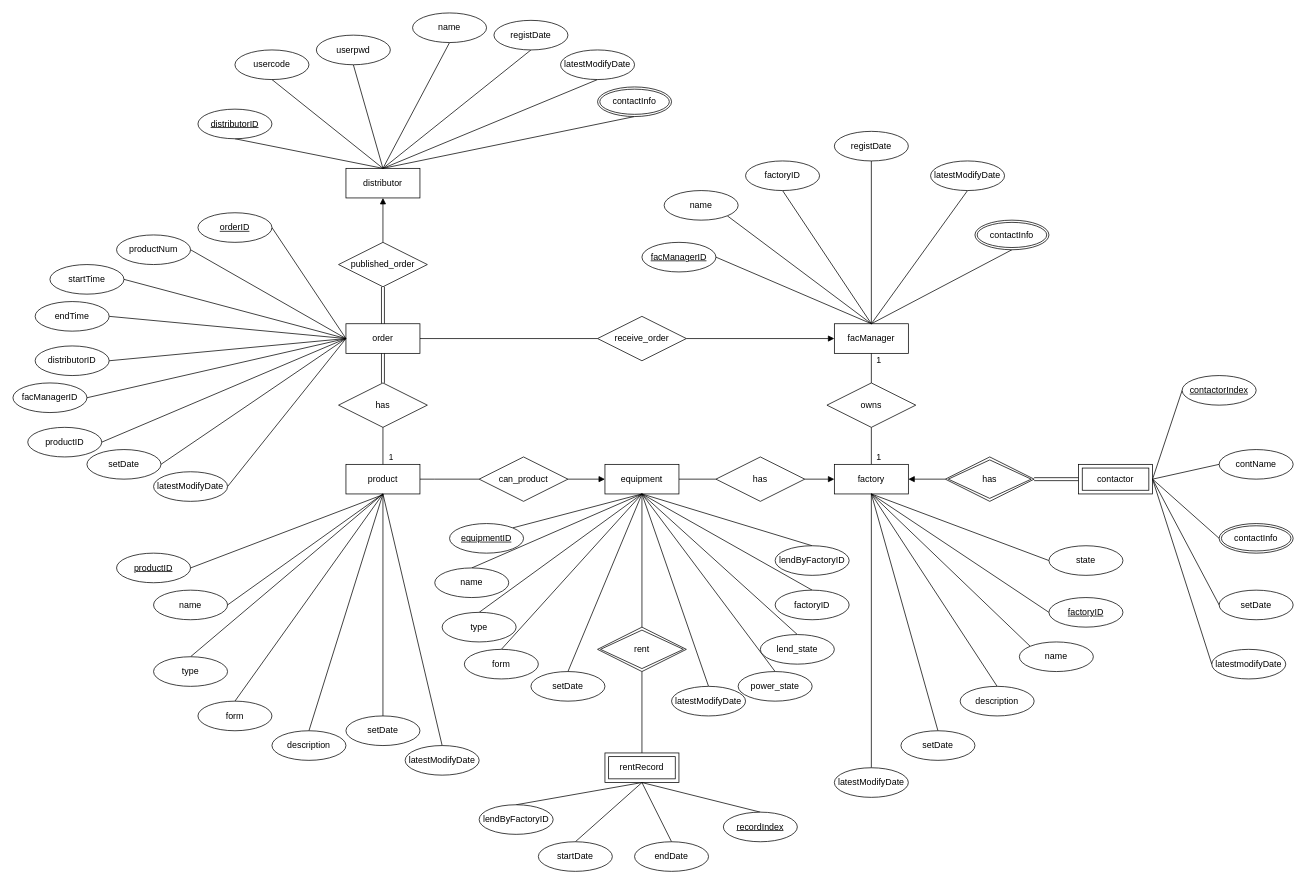
The draw.io diagram Untitled Diagram.drawio in WZYtrick/ERD, before the edit. Source tidied: cells renumbered, new cells numbered last; positions are measured from the earlier drawing's top-left corner, leaving out a move shared by most shapes. Both pictures are drawn from the tidied source at 74%, with x=0, y=0 at pixel (13, 13).
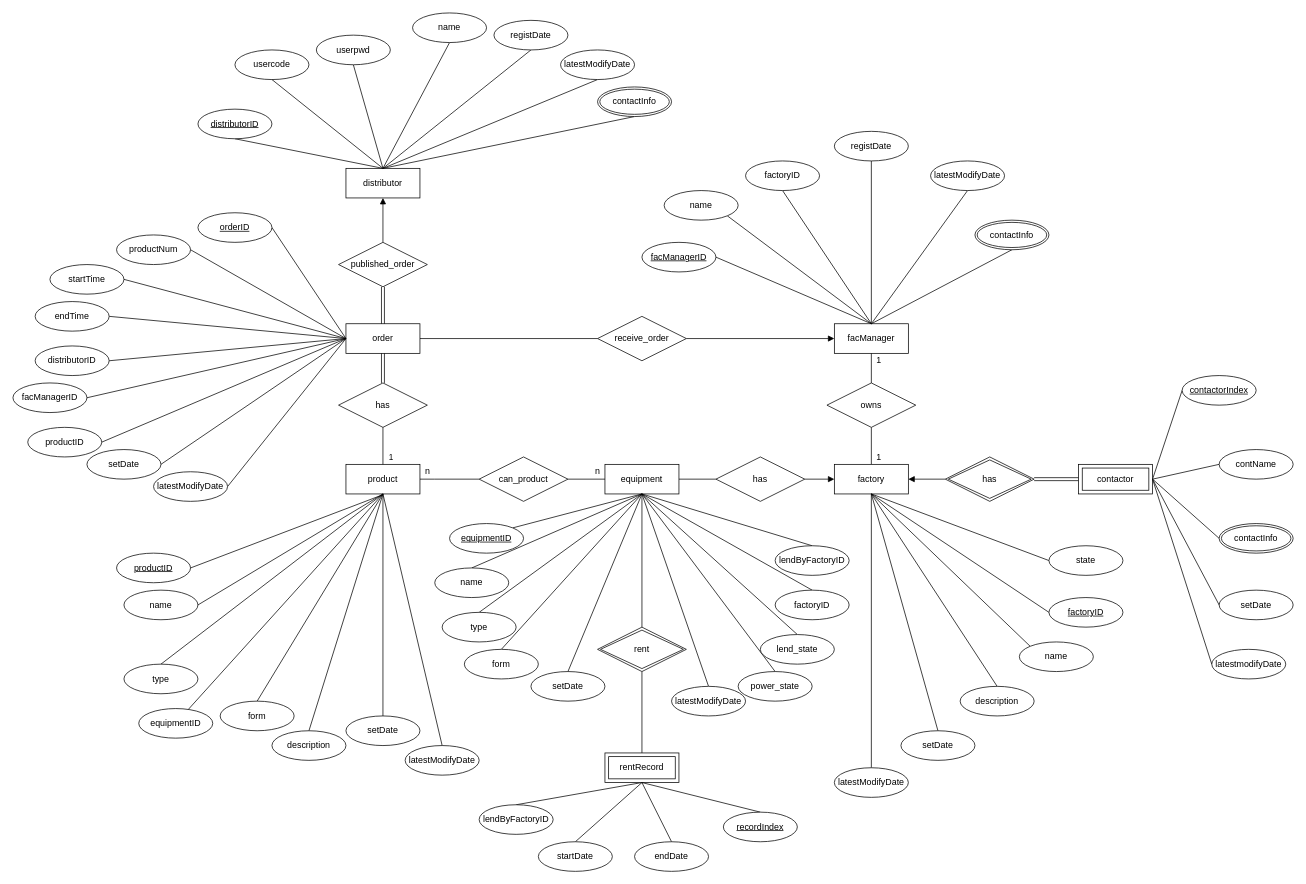
The same diagram, later.

Unchanged cells that the change refers to:
```xml
<mxCell id="11" value="can_product" style="shape=rhombus;perimeter=rhombusPerimeter;whiteSpace=wrap;html=1;align=center;" parent="1" vertex="1">
  <mxGeometry x="630" y="600" width="120" height="60" as="geometry" />
</mxCell>
<mxCell id="14" value="equipment" style="whiteSpace=wrap;html=1;align=center;" parent="1" vertex="1">
  <mxGeometry x="800" y="610" width="100" height="40" as="geometry" />
</mxCell>
```

The edit, as a diff of the source:
```diff
@@
-    <mxCell id="32" style="endArrow=block;html=1;strokeColor=#000000;entryX=0;entryY=0.5;entryDx=0;entryDy=0;exitX=1;exitY=0.5;exitDx=0;exitDy=0;startArrow=none;startFill=0;endFill=1;" parent="1" edge="1" source="11" target="14">
+    <mxCell id="32" style="endArrow=none;html=1;strokeColor=#000000;entryX=0;entryY=0.5;entryDx=0;entryDy=0;exitX=1;exitY=0.5;exitDx=0;exitDy=0;startArrow=none;startFill=0;endFill=0;" parent="1" edge="1" source="11" target="14">
       <mxGeometry relative="1" as="geometry" />
     </mxCell>
@@
     <mxCell id="70" value="name" style="ellipse;whiteSpace=wrap;html=1;align=center;" parent="1" vertex="1">
-      <mxGeometry x="190" y="780" width="100" height="40" as="geometry" />
+      <mxGeometry x="150" y="780" width="100" height="40" as="geometry" />
     </mxCell>
@@
     <mxCell id="72" value="type" style="ellipse;whiteSpace=wrap;html=1;align=center;" parent="1" vertex="1">
-      <mxGeometry x="190" y="870" width="100" height="40" as="geometry" />
+      <mxGeometry x="150" y="880" width="100" height="40" as="geometry" />
     </mxCell>
@@
     <mxCell id="74" value="form" style="ellipse;whiteSpace=wrap;html=1;align=center;" parent="1" vertex="1">
-      <mxGeometry x="250" y="930" width="100" height="40" as="geometry" />
+      <mxGeometry x="280" y="930" width="100" height="40" as="geometry" />
     </mxCell>
@@
+    <mxCell id="145" value="n" style="text;html=1;align=center;verticalAlign=middle;strokeColor=none;" parent="1" vertex="1">
+      <mxGeometry x="780" y="610" width="20" height="20" as="geometry" />
+    </mxCell>
+    <mxCell id="146" value="n" style="text;html=1;align=center;verticalAlign=middle;strokeColor=none;" parent="1" vertex="1">
+      <mxGeometry x="550" y="610" width="20" height="20" as="geometry" />
+    </mxCell>
+    <mxCell id="147" style="rounded=0;jettySize=auto;html=1;endArrow=none;endFill=0;" parent="1" edge="1" source="148">
+      <mxGeometry relative="1" as="geometry">
+        <mxPoint x="500" y="650" as="targetPoint" />
+      </mxGeometry>
+    </mxCell>
+    <mxCell id="148" value="equipmentID" style="ellipse;whiteSpace=wrap;html=1;align=center;" parent="1" vertex="1">
+      <mxGeometry x="170" y="940" width="100" height="40" as="geometry" />
+    </mxCell>
```
